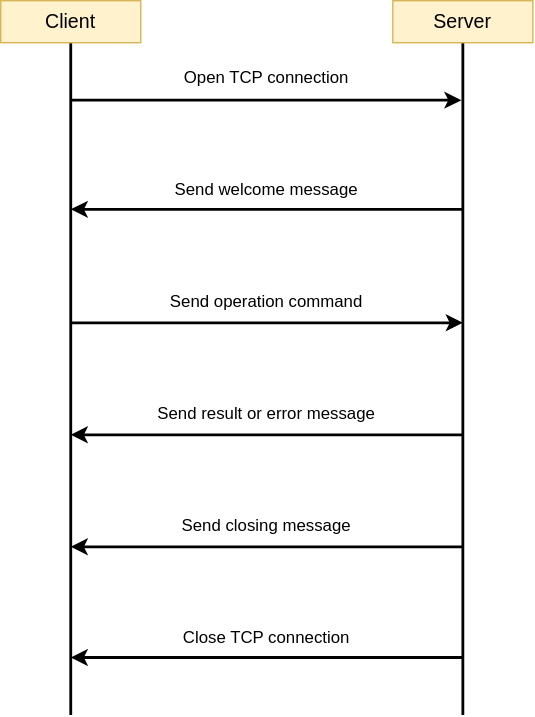
Before: specs/wolff-heig_adamrab187/images/protocol-Generic-Client-Server-Mechanism.svg, a diagram exported from draw.io (wolff-heig/dai-lab-protocoldesign). Source tidied: cells renumbered, new cells last; positions are measured from the earlier drawing's top-left corner, leaving out a move shared by most shapes. Its diagram source:
```xml
<mxGraphModel>
  <root>
    <mxCell id="0" />
    <mxCell id="1" parent="0" />
    <mxCell id="2" style="line;strokeWidth=2;direction=south;html=1;perimeter=backbonePerimeter;" parent="1" vertex="1">
      <mxGeometry x="45" y="30" width="10" height="480" as="geometry" />
    </mxCell>
    <mxCell id="3" style="line;strokeWidth=2;direction=south;html=1;perimeter=backbonePerimeter;" parent="1" vertex="1">
      <mxGeometry x="325" y="30" width="10" height="480" as="geometry" />
    </mxCell>
    <mxCell id="4" value="&lt;font style=&quot;font-size: 14px;&quot;&gt;Client&lt;/font&gt;" style="text;html=1;align=center;verticalAlign=middle;whiteSpace=wrap;rounded=0;rotation=0;fillColor=#fff2cc;strokeColor=#d6b656;" parent="1" vertex="1">
      <mxGeometry width="100" height="30" as="geometry" />
    </mxCell>
    <mxCell id="5" value="&lt;div&gt;&lt;font style=&quot;font-size: 14px;&quot;&gt;Server&lt;/font&gt;&lt;/div&gt;" style="text;html=1;align=center;verticalAlign=middle;whiteSpace=wrap;rounded=0;rotation=0;fillColor=#fff2cc;strokeColor=#d6b656;" parent="1" vertex="1">
      <mxGeometry x="280" width="100" height="30" as="geometry" />
    </mxCell>
    <mxCell id="6" style="endArrow=classic;html=1;rounded=0;strokeWidth=2;" parent="1" edge="1">
      <mxGeometry relative="1" as="geometry">
        <mxPoint x="50" y="71" as="sourcePoint" />
        <mxPoint x="329" y="71" as="targetPoint" />
      </mxGeometry>
    </mxCell>
    <mxCell id="7" style="endArrow=classic;html=1;rounded=0;strokeWidth=2;entryX=0.563;entryY=0.5;entryDx=0;entryDy=0;entryPerimeter=0;" parent="1" edge="1">
      <mxGeometry relative="1" as="geometry">
        <mxPoint x="50" y="230" as="sourcePoint" />
        <mxPoint x="330" y="230" as="targetPoint" />
      </mxGeometry>
    </mxCell>
    <mxCell id="8" value="&lt;div&gt;Open TCP connection&lt;/div&gt;" style="text;strokeColor=none;align=center;fillColor=none;html=1;verticalAlign=middle;whiteSpace=wrap;rounded=0;" parent="1" vertex="1">
      <mxGeometry x="115" y="40" width="150" height="30" as="geometry" />
    </mxCell>
    <mxCell id="9" style="endArrow=classic;html=1;rounded=0;strokeWidth=2;" parent="1" edge="1">
      <mxGeometry relative="1" as="geometry">
        <mxPoint x="330" y="149" as="sourcePoint" />
        <mxPoint x="50" y="149" as="targetPoint" />
      </mxGeometry>
    </mxCell>
    <mxCell id="10" value="&lt;div&gt;Send welcome message&lt;/div&gt;" style="text;strokeColor=none;align=center;fillColor=none;html=1;verticalAlign=middle;whiteSpace=wrap;rounded=0;" parent="1" vertex="1">
      <mxGeometry x="60" y="120" width="260" height="30" as="geometry" />
    </mxCell>
    <mxCell id="11" value="&lt;div&gt;Send operation command&lt;/div&gt;" style="text;strokeColor=none;align=center;fillColor=none;html=1;verticalAlign=middle;whiteSpace=wrap;rounded=0;" parent="1" vertex="1">
      <mxGeometry x="60" y="200" width="260" height="30" as="geometry" />
    </mxCell>
    <mxCell id="12" style="endArrow=classic;html=1;rounded=0;strokeWidth=2;" parent="1" edge="1">
      <mxGeometry relative="1" as="geometry">
        <mxPoint x="330" y="310" as="sourcePoint" />
        <mxPoint x="50" y="310" as="targetPoint" />
      </mxGeometry>
    </mxCell>
    <mxCell id="13" value="&lt;div&gt;Send result or error message&lt;/div&gt;" style="text;strokeColor=none;align=center;fillColor=none;html=1;verticalAlign=middle;whiteSpace=wrap;rounded=0;" parent="1" vertex="1">
      <mxGeometry x="60" y="280" width="260" height="30" as="geometry" />
    </mxCell>
    <mxCell id="14" style="endArrow=classic;html=1;rounded=0;strokeWidth=2;" parent="1" edge="1">
      <mxGeometry relative="1" as="geometry">
        <mxPoint x="330" y="390" as="sourcePoint" />
        <mxPoint x="50" y="390" as="targetPoint" />
      </mxGeometry>
    </mxCell>
    <mxCell id="15" value="&lt;div&gt;Send closing message&lt;/div&gt;" style="text;strokeColor=none;align=center;fillColor=none;html=1;verticalAlign=middle;whiteSpace=wrap;rounded=0;" parent="1" vertex="1">
      <mxGeometry x="60" y="360" width="260" height="30" as="geometry" />
    </mxCell>
    <mxCell id="16" style="endArrow=classic;html=1;rounded=0;strokeWidth=2;" parent="1" edge="1">
      <mxGeometry relative="1" as="geometry">
        <mxPoint x="330" y="469" as="sourcePoint" />
        <mxPoint x="50" y="469" as="targetPoint" />
      </mxGeometry>
    </mxCell>
    <mxCell id="17" value="&lt;div&gt;Close TCP connection&lt;/div&gt;" style="text;strokeColor=none;align=center;fillColor=none;html=1;verticalAlign=middle;whiteSpace=wrap;rounded=0;" parent="1" vertex="1">
      <mxGeometry x="60" y="440" width="260" height="30" as="geometry" />
    </mxCell>
  </root>
</mxGraphModel>
```
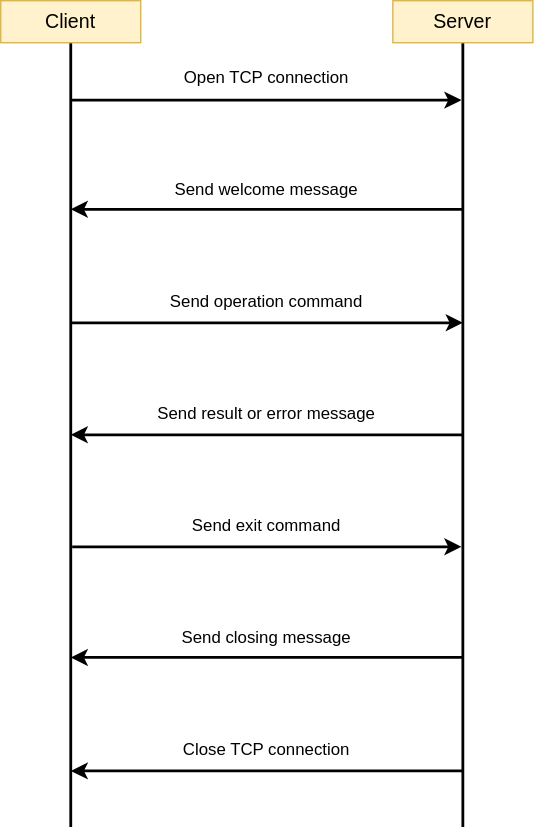
The same file after the commit.

Diff of the diagram source:
```diff
@@ -2,71 +2,82 @@
   <root>
     <mxCell id="0" />
     <mxCell id="1" parent="0" />
-    <mxCell id="2" style="line;strokeWidth=2;direction=south;html=1;perimeter=backbonePerimeter;" parent="1" vertex="1">
-      <mxGeometry x="45" y="30" width="10" height="480" as="geometry" />
-    </mxCell>
-    <mxCell id="3" style="line;strokeWidth=2;direction=south;html=1;perimeter=backbonePerimeter;" parent="1" vertex="1">
-      <mxGeometry x="325" y="30" width="10" height="480" as="geometry" />
-    </mxCell>
+    <mxCell id="18" style="line;strokeWidth=2;direction=south;html=1;perimeter=backbonePerimeter;" parent="1" vertex="1">
+      <mxGeometry x="45" y="30" width="10" height="560" as="geometry" />
+    </mxCell>
+    <mxCell id="19" style="line;strokeWidth=2;direction=south;html=1;perimeter=backbonePerimeter;points=[];outlineConnect=0;" parent="1" vertex="1">
+      <mxGeometry x="325" y="30" width="10" height="560" as="geometry" />
+    </mxCell>
     <mxCell id="4" value="&lt;font style=&quot;font-size: 14px;&quot;&gt;Client&lt;/font&gt;" style="text;html=1;align=center;verticalAlign=middle;whiteSpace=wrap;rounded=0;rotation=0;fillColor=#fff2cc;strokeColor=#d6b656;" parent="1" vertex="1">
       <mxGeometry width="100" height="30" as="geometry" />
     </mxCell>
     <mxCell id="5" value="&lt;div&gt;&lt;font style=&quot;font-size: 14px;&quot;&gt;Server&lt;/font&gt;&lt;/div&gt;" style="text;html=1;align=center;verticalAlign=middle;whiteSpace=wrap;rounded=0;rotation=0;fillColor=#fff2cc;strokeColor=#d6b656;" parent="1" vertex="1">
       <mxGeometry x="280" width="100" height="30" as="geometry" />
     </mxCell>
-    <mxCell id="6" style="endArrow=classic;html=1;rounded=0;strokeWidth=2;" parent="1" edge="1">
-      <mxGeometry relative="1" as="geometry">
-        <mxPoint x="50" y="71" as="sourcePoint" />
-        <mxPoint x="329" y="71" as="targetPoint" />
-      </mxGeometry>
-    </mxCell>
-    <mxCell id="7" style="endArrow=classic;html=1;rounded=0;strokeWidth=2;entryX=0.563;entryY=0.5;entryDx=0;entryDy=0;entryPerimeter=0;" parent="1" edge="1">
-      <mxGeometry relative="1" as="geometry">
-        <mxPoint x="50" y="230" as="sourcePoint" />
-        <mxPoint x="330" y="230" as="targetPoint" />
-      </mxGeometry>
-    </mxCell>
+    <mxCell id="20" style="endArrow=classic;html=1;rounded=0;strokeWidth=2;" parent="1" edge="1">
+      <mxGeometry relative="1" as="geometry">
+        <mxPoint x="50" y="71" as="sourcePoint" />
+        <mxPoint x="329" y="71" as="targetPoint" />
+      </mxGeometry>
+    </mxCell>
+    <mxCell id="21" style="endArrow=classic;html=1;rounded=0;strokeWidth=2;entryX=0.563;entryY=0.5;entryDx=0;entryDy=0;entryPerimeter=0;" parent="1" edge="1">
+      <mxGeometry relative="1" as="geometry">
+        <mxPoint x="50" y="230" as="sourcePoint" />
+        <mxPoint x="330" y="230" as="targetPoint" />
+      </mxGeometry>
+    </mxCell>
     <mxCell id="8" value="&lt;div&gt;Open TCP connection&lt;/div&gt;" style="text;strokeColor=none;align=center;fillColor=none;html=1;verticalAlign=middle;whiteSpace=wrap;rounded=0;" parent="1" vertex="1">
       <mxGeometry x="115" y="40" width="150" height="30" as="geometry" />
     </mxCell>
-    <mxCell id="9" style="endArrow=classic;html=1;rounded=0;strokeWidth=2;" parent="1" edge="1">
-      <mxGeometry relative="1" as="geometry">
-        <mxPoint x="330" y="149" as="sourcePoint" />
-        <mxPoint x="50" y="149" as="targetPoint" />
-      </mxGeometry>
-    </mxCell>
+    <mxCell id="22" style="endArrow=classic;html=1;rounded=0;strokeWidth=2;" parent="1" edge="1">
+      <mxGeometry relative="1" as="geometry">
+        <mxPoint x="330" y="149" as="sourcePoint" />
+        <mxPoint x="50" y="149" as="targetPoint" />
+      </mxGeometry>
+    </mxCell>
     <mxCell id="10" value="&lt;div&gt;Send welcome message&lt;/div&gt;" style="text;strokeColor=none;align=center;fillColor=none;html=1;verticalAlign=middle;whiteSpace=wrap;rounded=0;" parent="1" vertex="1">
       <mxGeometry x="60" y="120" width="260" height="30" as="geometry" />
     </mxCell>
     <mxCell id="11" value="&lt;div&gt;Send operation command&lt;/div&gt;" style="text;strokeColor=none;align=center;fillColor=none;html=1;verticalAlign=middle;whiteSpace=wrap;rounded=0;" parent="1" vertex="1">
       <mxGeometry x="60" y="200" width="260" height="30" as="geometry" />
     </mxCell>
-    <mxCell id="12" style="endArrow=classic;html=1;rounded=0;strokeWidth=2;" parent="1" edge="1">
-      <mxGeometry relative="1" as="geometry">
-        <mxPoint x="330" y="310" as="sourcePoint" />
-        <mxPoint x="50" y="310" as="targetPoint" />
-      </mxGeometry>
-    </mxCell>
+    <mxCell id="23" style="endArrow=classic;html=1;rounded=0;strokeWidth=2;" parent="1" edge="1">
+      <mxGeometry relative="1" as="geometry">
+        <mxPoint x="330" y="310" as="sourcePoint" />
+        <mxPoint x="50" y="310" as="targetPoint" />
+      </mxGeometry>
+    </mxCell>
     <mxCell id="13" value="&lt;div&gt;Send result or error message&lt;/div&gt;" style="text;strokeColor=none;align=center;fillColor=none;html=1;verticalAlign=middle;whiteSpace=wrap;rounded=0;" parent="1" vertex="1">
       <mxGeometry x="60" y="280" width="260" height="30" as="geometry" />
     </mxCell>
-    <mxCell id="14" style="endArrow=classic;html=1;rounded=0;strokeWidth=2;" parent="1" edge="1">
-      <mxGeometry relative="1" as="geometry">
-        <mxPoint x="330" y="390" as="sourcePoint" />
-        <mxPoint x="50" y="390" as="targetPoint" />
-      </mxGeometry>
-    </mxCell>
+    <mxCell id="24" style="endArrow=classic;html=1;rounded=0;strokeWidth=2;" parent="1" edge="1">
+      <mxGeometry relative="1" as="geometry">
+        <mxPoint x="330" y="550" as="sourcePoint" />
+        <mxPoint x="50" y="550" as="targetPoint" />
+      </mxGeometry>
+    </mxCell>
+    <mxCell id="25" style="endArrow=classic;html=1;rounded=0;strokeWidth=2;" parent="1" edge="1">
+      <mxGeometry relative="1" as="geometry">
+        <mxPoint x="330" y="469" as="sourcePoint" />
+        <mxPoint x="50" y="469" as="targetPoint" />
+      </mxGeometry>
+    </mxCell>
+    <mxCell id="17" value="&lt;div&gt;Close TCP connection&lt;/div&gt;" style="text;strokeColor=none;align=center;fillColor=none;html=1;verticalAlign=middle;whiteSpace=wrap;rounded=0;" parent="1" vertex="1">
+      <mxGeometry x="60" y="520" width="260" height="30" as="geometry" />
+    </mxCell>
+    <mxCell id="26" style="endArrow=classic;html=1;rounded=0;strokeWidth=2;" parent="1" edge="1" target="19">
+      <mxGeometry relative="1" as="geometry">
+        <mxPoint x="51" y="390" as="sourcePoint" />
+        <Array as="points">
+          <mxPoint x="121" y="390" />
+        </Array>
+      </mxGeometry>
+    </mxCell>
+    <mxCell id="27" value="&lt;div&gt;Send exit command&lt;/div&gt;" style="text;strokeColor=none;align=center;fillColor=none;html=1;verticalAlign=middle;whiteSpace=wrap;rounded=0;" parent="1" vertex="1">
+      <mxGeometry x="60" y="360" width="260" height="30" as="geometry" />
+    </mxCell>
     <mxCell id="15" value="&lt;div&gt;Send closing message&lt;/div&gt;" style="text;strokeColor=none;align=center;fillColor=none;html=1;verticalAlign=middle;whiteSpace=wrap;rounded=0;" parent="1" vertex="1">
-      <mxGeometry x="60" y="360" width="260" height="30" as="geometry" />
+      <mxGeometry x="60" y="439.5" width="260" height="30" as="geometry" />
     </mxCell>
-    <mxCell id="16" style="endArrow=classic;html=1;rounded=0;strokeWidth=2;" parent="1" edge="1">
-      <mxGeometry relative="1" as="geometry">
-        <mxPoint x="330" y="469" as="sourcePoint" />
-        <mxPoint x="50" y="469" as="targetPoint" />
-      </mxGeometry>
-    </mxCell>
-    <mxCell id="17" value="&lt;div&gt;Close TCP connection&lt;/div&gt;" style="text;strokeColor=none;align=center;fillColor=none;html=1;verticalAlign=middle;whiteSpace=wrap;rounded=0;" parent="1" vertex="1">
-      <mxGeometry x="60" y="440" width="260" height="30" as="geometry" />
-    </mxCell>
   </root>
 </mxGraphModel>
```
